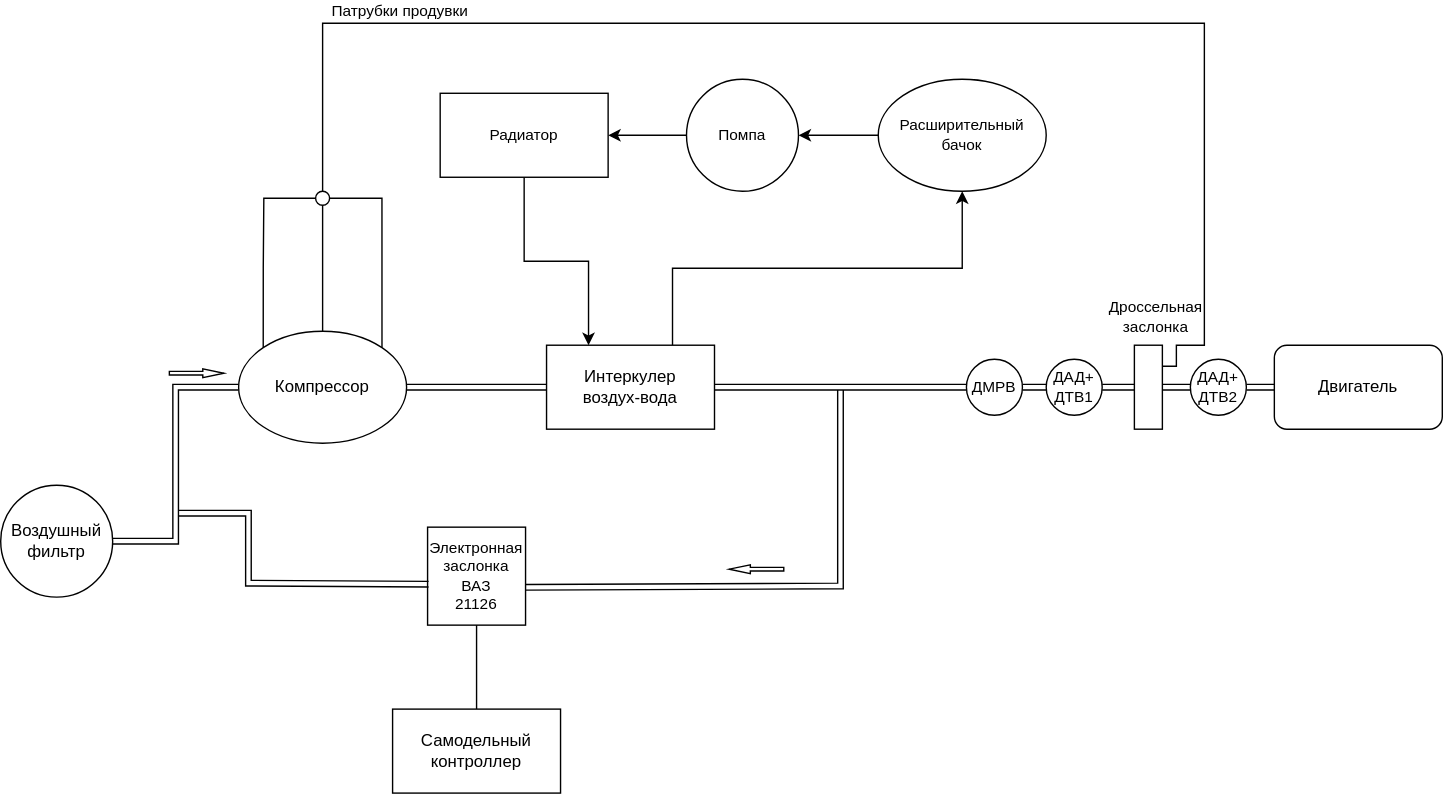
Above: parts_scheme.drawio.svg in kak-tus/compressor (draw.io), before the change. Source tidied: cells renumbered, new cells last; positions are measured from the earlier drawing's top-left corner, leaving out a move shared by most shapes. The source it was exported from:
```xml
<mxGraphModel>
  <root>
    <mxCell id="0" />
    <mxCell id="1" parent="0" />
    <mxCell id="2" style="edgeStyle=orthogonalEdgeStyle;rounded=0;jettySize=auto;html=1;exitX=1;exitY=0.5;exitDx=0;exitDy=0;entryX=0;entryY=0.5;entryDx=0;entryDy=0;endArrow=none;endFill=0;shape=link;strokeWidth=1;" parent="1" edge="1" source="3" target="8">
      <mxGeometry relative="1" as="geometry" />
    </mxCell>
    <mxCell id="3" value="Воздушный фильтр" style="ellipse;whiteSpace=wrap;html=1;" parent="1" vertex="1">
      <mxGeometry y="330" width="80" height="80" as="geometry" />
    </mxCell>
    <mxCell id="4" style="edgeStyle=orthogonalEdgeStyle;shape=link;rounded=0;jettySize=auto;html=1;exitX=1;exitY=0.5;exitDx=0;exitDy=0;entryX=0;entryY=0.5;entryDx=0;entryDy=0;labelBackgroundColor=default;strokeColor=default;strokeWidth=1;fontFamily=Helvetica;fontSize=11;fontColor=default;endArrow=none;endFill=0;" parent="1" edge="1" source="8" target="11">
      <mxGeometry relative="1" as="geometry" />
    </mxCell>
    <mxCell id="5" style="edgeStyle=orthogonalEdgeStyle;shape=connector;rounded=0;jettySize=auto;html=1;exitX=0.5;exitY=0;exitDx=0;exitDy=0;labelBackgroundColor=default;strokeColor=default;fontFamily=Helvetica;fontSize=11;fontColor=default;endArrow=none;endFill=0;entryX=0.5;entryY=1;entryDx=0;entryDy=0;" parent="1" edge="1" source="8" target="37">
      <mxGeometry relative="1" as="geometry" />
    </mxCell>
    <mxCell id="6" style="edgeStyle=orthogonalEdgeStyle;shape=connector;rounded=0;jettySize=auto;html=1;exitX=1;exitY=0;exitDx=0;exitDy=0;entryX=1;entryY=0.5;entryDx=0;entryDy=0;labelBackgroundColor=default;strokeColor=default;fontFamily=Helvetica;fontSize=11;fontColor=default;endArrow=none;endFill=0;" parent="1" edge="1" source="8" target="37">
      <mxGeometry relative="1" as="geometry" />
    </mxCell>
    <mxCell id="7" style="edgeStyle=orthogonalEdgeStyle;shape=connector;rounded=0;jettySize=auto;html=1;exitX=0;exitY=0;exitDx=0;exitDy=0;entryX=0;entryY=0.5;entryDx=0;entryDy=0;labelBackgroundColor=default;strokeColor=default;fontFamily=Helvetica;fontSize=11;fontColor=default;endArrow=none;endFill=0;" parent="1" edge="1" source="8" target="37">
      <mxGeometry relative="1" as="geometry">
        <Array as="points">
          <mxPoint x="188" y="175" />
          <mxPoint x="188" y="125" />
        </Array>
      </mxGeometry>
    </mxCell>
    <mxCell id="8" value="Компрессор" style="ellipse;whiteSpace=wrap;html=1;" parent="1" vertex="1">
      <mxGeometry x="170" y="220" width="120" height="80" as="geometry" />
    </mxCell>
    <mxCell id="9" style="edgeStyle=orthogonalEdgeStyle;shape=link;rounded=0;jettySize=auto;html=1;exitX=1;exitY=0.5;exitDx=0;exitDy=0;entryX=0;entryY=0.5;entryDx=0;entryDy=0;labelBackgroundColor=default;strokeColor=default;strokeWidth=1;fontFamily=Helvetica;fontSize=11;fontColor=default;endArrow=none;endFill=0;" parent="1" edge="1" source="26" target="12">
      <mxGeometry relative="1" as="geometry" />
    </mxCell>
    <mxCell id="10" style="edgeStyle=orthogonalEdgeStyle;shape=connector;rounded=0;jettySize=auto;html=1;exitX=0.75;exitY=0;exitDx=0;exitDy=0;entryX=0.5;entryY=1;entryDx=0;entryDy=0;labelBackgroundColor=default;strokeColor=default;fontFamily=Helvetica;fontSize=11;fontColor=default;endArrow=classic;endFill=1;" parent="1" edge="1" source="11" target="30">
      <mxGeometry relative="1" as="geometry" />
    </mxCell>
    <mxCell id="11" value="Интеркулер&lt;br&gt;воздух-вода" style="rounded=0;whiteSpace=wrap;html=1;" parent="1" vertex="1">
      <mxGeometry x="390" y="230" width="120" height="60" as="geometry" />
    </mxCell>
    <mxCell id="12" value="Двигатель" style="rounded=1;whiteSpace=wrap;html=1;" parent="1" vertex="1">
      <mxGeometry x="910" y="230" width="120" height="60" as="geometry" />
    </mxCell>
    <mxCell id="13" style="edgeStyle=orthogonalEdgeStyle;shape=link;rounded=0;jettySize=auto;html=1;exitX=1;exitY=0.5;exitDx=0;exitDy=0;entryX=0;entryY=0.5;entryDx=0;entryDy=0;labelBackgroundColor=default;strokeColor=default;strokeWidth=1;fontFamily=Helvetica;fontSize=11;fontColor=default;endArrow=none;endFill=0;" parent="1" edge="1" source="24" target="14">
      <mxGeometry relative="1" as="geometry" />
    </mxCell>
    <mxCell id="14" style="rounded=0;whiteSpace=wrap;html=1;fontFamily=Helvetica;fontSize=11;fontColor=default;" parent="1" vertex="1">
      <mxGeometry x="810" y="230" width="20" height="60" as="geometry" />
    </mxCell>
    <mxCell id="15" value="Дроссельная&lt;br&gt;заслонка" style="text;html=1;align=center;verticalAlign=middle;strokeColor=none;fillColor=none;fontSize=11;fontFamily=Helvetica;fontColor=default;" parent="1" vertex="1">
      <mxGeometry x="780" y="190" width="90" height="40" as="geometry" />
    </mxCell>
    <mxCell id="16" value="Электронная заслонка&lt;br style=&quot;border-color: var(--border-color);&quot;&gt;ВАЗ&lt;br style=&quot;border-color: var(--border-color);&quot;&gt;&amp;nbsp;21126" style="rounded=0;whiteSpace=wrap;html=1;fontFamily=Helvetica;fontSize=11;fontColor=default;" parent="1" vertex="1">
      <mxGeometry x="305" y="360" width="70" height="70" as="geometry" />
    </mxCell>
    <mxCell id="17" style="endArrow=none;html=1;rounded=0;labelBackgroundColor=default;strokeColor=default;strokeWidth=1;fontFamily=Helvetica;fontSize=11;fontColor=default;shape=link;exitX=0.997;exitY=0.614;exitDx=0;exitDy=0;exitPerimeter=0;" parent="1" edge="1" source="16">
      <mxGeometry relative="1" as="geometry">
        <mxPoint x="600" y="262" as="targetPoint" />
        <Array as="points">
          <mxPoint x="600" y="402" />
        </Array>
      </mxGeometry>
    </mxCell>
    <mxCell id="18" style="endArrow=none;html=1;rounded=0;labelBackgroundColor=default;strokeColor=default;strokeWidth=1;fontFamily=Helvetica;fontSize=11;fontColor=default;shape=link;entryX=0.01;entryY=0.582;entryDx=0;entryDy=0;entryPerimeter=0;" parent="1" edge="1" target="16">
      <mxGeometry relative="1" as="geometry">
        <mxPoint x="127" y="350" as="sourcePoint" />
        <Array as="points">
          <mxPoint x="177" y="350" />
          <mxPoint x="177" y="400" />
        </Array>
      </mxGeometry>
    </mxCell>
    <mxCell id="19" style="shape=flexArrow;endArrow=classic;html=1;rounded=0;labelBackgroundColor=default;strokeColor=default;strokeWidth=1;fontFamily=Helvetica;fontSize=11;fontColor=default;width=2.5503355704697985;endSize=4.702013422818792;endWidth=2.7449213999369397;" parent="1" edge="1">
      <mxGeometry relative="1" as="geometry">
        <mxPoint x="120" y="250" as="sourcePoint" />
        <mxPoint x="160" y="250" as="targetPoint" />
      </mxGeometry>
    </mxCell>
    <mxCell id="20" style="shape=flexArrow;endArrow=classic;html=1;rounded=0;labelBackgroundColor=default;strokeColor=default;strokeWidth=1;fontFamily=Helvetica;fontSize=11;fontColor=default;width=2.5503355704697985;endSize=4.702013422818792;endWidth=2.7449213999369397;" parent="1" edge="1">
      <mxGeometry relative="1" as="geometry">
        <mxPoint x="560" y="390" as="sourcePoint" />
        <mxPoint x="520" y="390" as="targetPoint" />
      </mxGeometry>
    </mxCell>
    <mxCell id="21" style="edgeStyle=orthogonalEdgeStyle;rounded=0;jettySize=auto;html=1;exitX=0.5;exitY=0;exitDx=0;exitDy=0;entryX=0.5;entryY=1;entryDx=0;entryDy=0;endArrow=none;endFill=0;" parent="1" edge="1" source="22" target="16">
      <mxGeometry relative="1" as="geometry" />
    </mxCell>
    <mxCell id="22" value="Самодельный контроллер" style="rounded=0;whiteSpace=wrap;html=1;" parent="1" vertex="1">
      <mxGeometry x="280" y="490" width="120" height="60" as="geometry" />
    </mxCell>
    <mxCell id="23" style="edgeStyle=orthogonalEdgeStyle;shape=link;rounded=0;jettySize=auto;html=1;exitX=1;exitY=0.5;exitDx=0;exitDy=0;entryX=0;entryY=0.5;entryDx=0;entryDy=0;labelBackgroundColor=default;strokeColor=default;strokeWidth=1;fontFamily=Helvetica;fontSize=11;fontColor=default;endArrow=none;endFill=0;" parent="1" edge="1" source="34" target="24">
      <mxGeometry relative="1" as="geometry" />
    </mxCell>
    <mxCell id="24" value="ДАД+&lt;br&gt;ДТВ1" style="ellipse;whiteSpace=wrap;html=1;fontFamily=Helvetica;fontSize=11;fontColor=default;" parent="1" vertex="1">
      <mxGeometry x="747" y="240" width="40" height="40" as="geometry" />
    </mxCell>
    <mxCell id="25" style="edgeStyle=orthogonalEdgeStyle;shape=link;rounded=0;jettySize=auto;html=1;exitX=1;exitY=0.5;exitDx=0;exitDy=0;entryX=0;entryY=0.5;entryDx=0;entryDy=0;labelBackgroundColor=default;strokeColor=default;strokeWidth=1;fontFamily=Helvetica;fontSize=11;fontColor=default;endArrow=none;endFill=0;" parent="1" edge="1" source="14" target="26">
      <mxGeometry relative="1" as="geometry" />
    </mxCell>
    <mxCell id="26" value="ДАД+&lt;br&gt;ДТВ2" style="ellipse;whiteSpace=wrap;html=1;fontFamily=Helvetica;fontSize=11;fontColor=default;" parent="1" vertex="1">
      <mxGeometry x="850" y="240" width="40" height="40" as="geometry" />
    </mxCell>
    <mxCell id="27" style="edgeStyle=orthogonalEdgeStyle;shape=connector;rounded=0;jettySize=auto;html=1;exitX=0.5;exitY=1;exitDx=0;exitDy=0;entryX=0.25;entryY=0;entryDx=0;entryDy=0;labelBackgroundColor=default;strokeColor=default;fontFamily=Helvetica;fontSize=11;fontColor=default;endArrow=classic;endFill=1;" parent="1" edge="1" source="28" target="11">
      <mxGeometry relative="1" as="geometry" />
    </mxCell>
    <mxCell id="28" value="Радиатор" style="rounded=0;whiteSpace=wrap;html=1;fontFamily=Helvetica;fontSize=11;fontColor=default;" parent="1" vertex="1">
      <mxGeometry x="314" y="50" width="120" height="60" as="geometry" />
    </mxCell>
    <mxCell id="29" style="edgeStyle=orthogonalEdgeStyle;shape=connector;rounded=0;jettySize=auto;html=1;entryX=1;entryY=0.5;entryDx=0;entryDy=0;labelBackgroundColor=default;strokeColor=default;fontFamily=Helvetica;fontSize=11;fontColor=default;endArrow=classic;endFill=1;" parent="1" edge="1" source="30" target="32">
      <mxGeometry relative="1" as="geometry" />
    </mxCell>
    <mxCell id="30" value="Расширительный&lt;br&gt;бачок" style="ellipse;whiteSpace=wrap;html=1;fontFamily=Helvetica;fontSize=11;fontColor=default;" parent="1" vertex="1">
      <mxGeometry x="627" y="40" width="120" height="80" as="geometry" />
    </mxCell>
    <mxCell id="31" style="edgeStyle=orthogonalEdgeStyle;shape=connector;rounded=0;jettySize=auto;html=1;labelBackgroundColor=default;strokeColor=default;fontFamily=Helvetica;fontSize=11;fontColor=default;endArrow=classic;endFill=1;" parent="1" edge="1" source="32" target="28">
      <mxGeometry relative="1" as="geometry" />
    </mxCell>
    <mxCell id="32" value="Помпа" style="ellipse;whiteSpace=wrap;html=1;fontFamily=Helvetica;fontSize=11;fontColor=default;" parent="1" vertex="1">
      <mxGeometry x="490" y="40" width="80" height="80" as="geometry" />
    </mxCell>
    <mxCell id="33" style="edgeStyle=orthogonalEdgeStyle;shape=link;rounded=0;jettySize=auto;html=1;exitX=1;exitY=0.5;exitDx=0;exitDy=0;entryX=0;entryY=0.5;entryDx=0;entryDy=0;labelBackgroundColor=default;strokeColor=default;strokeWidth=1;fontFamily=Helvetica;fontSize=11;fontColor=default;endArrow=none;endFill=0;" parent="1" edge="1" source="11" target="34">
      <mxGeometry relative="1" as="geometry" />
    </mxCell>
    <mxCell id="34" value="ДМРВ" style="ellipse;whiteSpace=wrap;html=1;fontFamily=Helvetica;fontSize=11;fontColor=default;" parent="1" vertex="1">
      <mxGeometry x="690" y="240" width="40" height="40" as="geometry" />
    </mxCell>
    <mxCell id="35" style="edgeStyle=orthogonalEdgeStyle;shape=connector;rounded=0;jettySize=auto;html=1;exitX=0.5;exitY=0;exitDx=0;exitDy=0;entryX=1;entryY=0.25;entryDx=0;entryDy=0;labelBackgroundColor=default;strokeColor=default;fontFamily=Helvetica;fontSize=11;fontColor=default;endArrow=none;endFill=0;" parent="1" edge="1" source="37" target="14">
      <mxGeometry relative="1" as="geometry">
        <Array as="points">
          <mxPoint x="230" />
          <mxPoint x="860" />
          <mxPoint x="860" y="230" />
          <mxPoint x="840" y="230" />
          <mxPoint x="840" y="245" />
        </Array>
      </mxGeometry>
    </mxCell>
    <mxCell id="36" value="Патрубки продувки" style="edgeLabel;html=1;align=center;verticalAlign=middle;fontSize=11;fontFamily=Helvetica;fontColor=default;" parent="35" vertex="1">
      <mxGeometry x="-0.67" relative="1" as="geometry">
        <mxPoint x="5" y="-10" as="offset" />
      </mxGeometry>
    </mxCell>
    <mxCell id="37" style="ellipse;whiteSpace=wrap;html=1;fontFamily=Helvetica;fontSize=11;fontColor=default;" parent="1" vertex="1">
      <mxGeometry x="225" y="120" width="10" height="10" as="geometry" />
    </mxCell>
  </root>
</mxGraphModel>
```
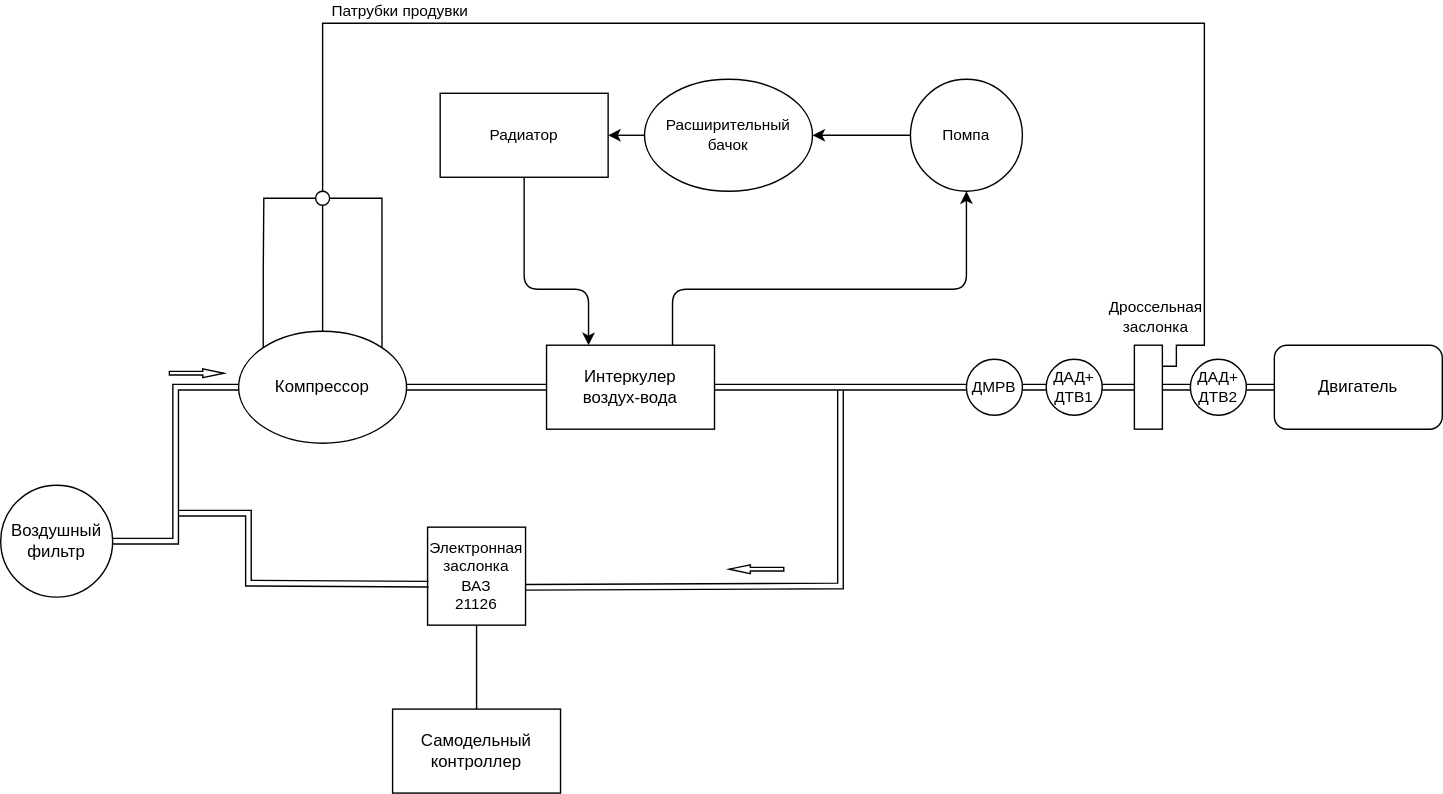
The same file after the commit.

Commit message:
Move water pump after radiator and interculer.

To lower water pressure.

Change to the diagram source:
```diff
@@ -31,9 +31,14 @@
     <mxCell id="9" style="edgeStyle=orthogonalEdgeStyle;shape=link;rounded=0;jettySize=auto;html=1;exitX=1;exitY=0.5;exitDx=0;exitDy=0;entryX=0;entryY=0.5;entryDx=0;entryDy=0;labelBackgroundColor=default;strokeColor=default;strokeWidth=1;fontFamily=Helvetica;fontSize=11;fontColor=default;endArrow=none;endFill=0;" parent="1" edge="1" source="26" target="12">
       <mxGeometry relative="1" as="geometry" />
     </mxCell>
-    <mxCell id="10" style="edgeStyle=orthogonalEdgeStyle;shape=connector;rounded=0;jettySize=auto;html=1;exitX=0.75;exitY=0;exitDx=0;exitDy=0;entryX=0.5;entryY=1;entryDx=0;entryDy=0;labelBackgroundColor=default;strokeColor=default;fontFamily=Helvetica;fontSize=11;fontColor=default;endArrow=classic;endFill=1;" parent="1" edge="1" source="11" target="30">
-      <mxGeometry relative="1" as="geometry" />
-    </mxCell>
+    <mxCell id="38" style="edgeStyle=none;html=1;exitX=0.75;exitY=0;exitDx=0;exitDy=0;entryX=0.5;entryY=1;entryDx=0;entryDy=0;" parent="1" edge="1" source="11" target="32">
+      <mxGeometry relative="1" as="geometry">
+        <Array as="points">
+          <mxPoint x="480" y="190" />
+          <mxPoint x="690" y="190" />
+        </Array>
+      </mxGeometry>
+    </mxCell>
     <mxCell id="11" value="Интеркулер&lt;br&gt;воздух-вода" style="rounded=0;whiteSpace=wrap;html=1;" parent="1" vertex="1">
       <mxGeometry x="390" y="230" width="120" height="60" as="geometry" />
     </mxCell>
@@ -99,23 +104,28 @@
     <mxCell id="26" value="ДАД+&lt;br&gt;ДТВ2" style="ellipse;whiteSpace=wrap;html=1;fontFamily=Helvetica;fontSize=11;fontColor=default;" parent="1" vertex="1">
       <mxGeometry x="850" y="240" width="40" height="40" as="geometry" />
     </mxCell>
-    <mxCell id="27" style="edgeStyle=orthogonalEdgeStyle;shape=connector;rounded=0;jettySize=auto;html=1;exitX=0.5;exitY=1;exitDx=0;exitDy=0;entryX=0.25;entryY=0;entryDx=0;entryDy=0;labelBackgroundColor=default;strokeColor=default;fontFamily=Helvetica;fontSize=11;fontColor=default;endArrow=classic;endFill=1;" parent="1" edge="1" source="28" target="11">
-      <mxGeometry relative="1" as="geometry" />
+    <mxCell id="27" style="edgeStyle=none;html=1;exitX=0.5;exitY=1;exitDx=0;exitDy=0;entryX=0.25;entryY=0;entryDx=0;entryDy=0;" parent="1" edge="1" source="28" target="11">
+      <mxGeometry relative="1" as="geometry">
+        <Array as="points">
+          <mxPoint x="374" y="190" />
+          <mxPoint x="420" y="190" />
+        </Array>
+      </mxGeometry>
     </mxCell>
     <mxCell id="28" value="Радиатор" style="rounded=0;whiteSpace=wrap;html=1;fontFamily=Helvetica;fontSize=11;fontColor=default;" parent="1" vertex="1">
       <mxGeometry x="314" y="50" width="120" height="60" as="geometry" />
     </mxCell>
-    <mxCell id="29" style="edgeStyle=orthogonalEdgeStyle;shape=connector;rounded=0;jettySize=auto;html=1;entryX=1;entryY=0.5;entryDx=0;entryDy=0;labelBackgroundColor=default;strokeColor=default;fontFamily=Helvetica;fontSize=11;fontColor=default;endArrow=classic;endFill=1;" parent="1" edge="1" source="30" target="32">
-      <mxGeometry relative="1" as="geometry" />
-    </mxCell>
+    <mxCell id="39" style="edgeStyle=none;html=1;" parent="1" edge="1" source="30" target="28">
+      <mxGeometry relative="1" as="geometry" />
+    </mxCell>
     <mxCell id="30" value="Расширительный&lt;br&gt;бачок" style="ellipse;whiteSpace=wrap;html=1;fontFamily=Helvetica;fontSize=11;fontColor=default;" parent="1" vertex="1">
-      <mxGeometry x="627" y="40" width="120" height="80" as="geometry" />
+      <mxGeometry x="460" y="40" width="120" height="80" as="geometry" />
     </mxCell>
-    <mxCell id="31" style="edgeStyle=orthogonalEdgeStyle;shape=connector;rounded=0;jettySize=auto;html=1;labelBackgroundColor=default;strokeColor=default;fontFamily=Helvetica;fontSize=11;fontColor=default;endArrow=classic;endFill=1;" parent="1" edge="1" source="32" target="28">
-      <mxGeometry relative="1" as="geometry" />
-    </mxCell>
+    <mxCell id="40" style="edgeStyle=none;html=1;" parent="1" edge="1" source="32" target="30">
+      <mxGeometry relative="1" as="geometry" />
+    </mxCell>
     <mxCell id="32" value="Помпа" style="ellipse;whiteSpace=wrap;html=1;fontFamily=Helvetica;fontSize=11;fontColor=default;" parent="1" vertex="1">
-      <mxGeometry x="490" y="40" width="80" height="80" as="geometry" />
+      <mxGeometry x="650" y="40" width="80" height="80" as="geometry" />
     </mxCell>
     <mxCell id="33" style="edgeStyle=orthogonalEdgeStyle;shape=link;rounded=0;jettySize=auto;html=1;exitX=1;exitY=0.5;exitDx=0;exitDy=0;entryX=0;entryY=0.5;entryDx=0;entryDy=0;labelBackgroundColor=default;strokeColor=default;strokeWidth=1;fontFamily=Helvetica;fontSize=11;fontColor=default;endArrow=none;endFill=0;" parent="1" edge="1" source="11" target="34">
       <mxGeometry relative="1" as="geometry" />
```
